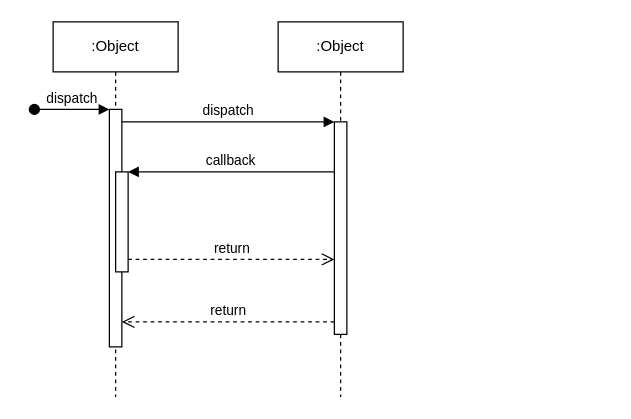
Above: Untitled Diagram.drawio in KaluBekalu/JScript (draw.io), before the change. Source tidied: cells renumbered, new cells numbered last; positions are measured from the earlier drawing's top-left corner, leaving out a move shared by most shapes. Both pictures are drawn from the tidied source at 125%, with x=0, y=0 at pixel (34, 21).
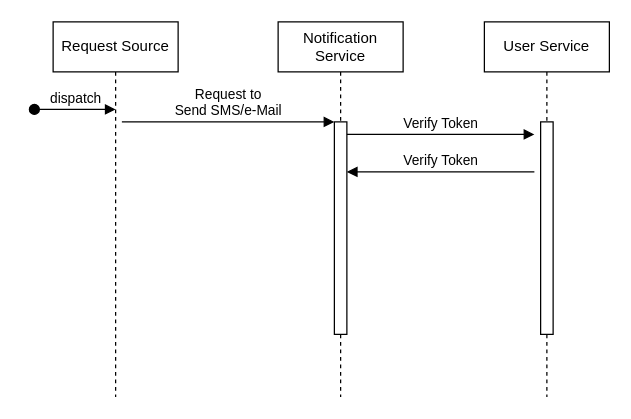
After the change.

Diff of the diagram source:
```diff
@@
 <mxGraphModel>
   <root>
     <mxCell id="0" />
     <mxCell id="1" parent="0" />
-    <mxCell id="2" value=":Object" style="shape=umlLifeline;perimeter=lifelinePerimeter;whiteSpace=wrap;html=1;newEdgeStyle={&quot;edgeStyle&quot;:&quot;elbowEdgeStyle&quot;,&quot;elbow&quot;:&quot;vertical&quot;,&quot;curved&quot;:0,&quot;rounded&quot;:0};" parent="1" vertex="1">
+    <mxCell id="2" value="Request Source" style="shape=umlLifeline;perimeter=lifelinePerimeter;whiteSpace=wrap;html=1;newEdgeStyle={&quot;edgeStyle&quot;:&quot;elbowEdgeStyle&quot;,&quot;elbow&quot;:&quot;vertical&quot;,&quot;curved&quot;:0,&quot;rounded&quot;:0};" parent="1" vertex="1">
       <mxGeometry x="15" width="100" height="300" as="geometry" />
     </mxCell>
-    <mxCell id="3" style="html=1;points=[];perimeter=orthogonalPerimeter;outlineConnect=0;targetShapes=umlLifeline;portConstraint=eastwest;newEdgeStyle={&quot;edgeStyle&quot;:&quot;elbowEdgeStyle&quot;,&quot;elbow&quot;:&quot;vertical&quot;,&quot;curved&quot;:0,&quot;rounded&quot;:0};" parent="2" vertex="1">
-      <mxGeometry x="45" y="70" width="10" height="190" as="geometry" />
-    </mxCell>
-    <mxCell id="4" value="dispatch" style="html=1;verticalAlign=bottom;startArrow=oval;endArrow=block;startSize=8;edgeStyle=elbowEdgeStyle;elbow=vertical;curved=0;rounded=0;" parent="2" edge="1" target="3">
+    <mxCell id="4" value="dispatch" style="html=1;verticalAlign=bottom;startArrow=oval;endArrow=block;startSize=8;edgeStyle=elbowEdgeStyle;elbow=vertical;curved=0;rounded=0;" parent="2" edge="1">
       <mxGeometry relative="1" as="geometry">
         <mxPoint x="-15" y="70" as="sourcePoint" />
+        <mxPoint x="50" y="70" as="targetPoint" />
       </mxGeometry>
     </mxCell>
-    <mxCell id="5" style="html=1;points=[];perimeter=orthogonalPerimeter;outlineConnect=0;targetShapes=umlLifeline;portConstraint=eastwest;newEdgeStyle={&quot;edgeStyle&quot;:&quot;elbowEdgeStyle&quot;,&quot;elbow&quot;:&quot;vertical&quot;,&quot;curved&quot;:0,&quot;rounded&quot;:0};" parent="2" vertex="1">
-      <mxGeometry x="50" y="120" width="10" height="80" as="geometry" />
-    </mxCell>
-    <mxCell id="6" value=":Object" style="shape=umlLifeline;perimeter=lifelinePerimeter;whiteSpace=wrap;html=1;newEdgeStyle={&quot;edgeStyle&quot;:&quot;elbowEdgeStyle&quot;,&quot;elbow&quot;:&quot;vertical&quot;,&quot;curved&quot;:0,&quot;rounded&quot;:0};" parent="1" vertex="1">
+    <mxCell id="6" value="Notification Service" style="shape=umlLifeline;perimeter=lifelinePerimeter;whiteSpace=wrap;html=1;newEdgeStyle={&quot;edgeStyle&quot;:&quot;elbowEdgeStyle&quot;,&quot;elbow&quot;:&quot;vertical&quot;,&quot;curved&quot;:0,&quot;rounded&quot;:0};" parent="1" vertex="1">
       <mxGeometry x="195" width="100" height="300" as="geometry" />
     </mxCell>
     <mxCell id="7" style="html=1;points=[];perimeter=orthogonalPerimeter;outlineConnect=0;targetShapes=umlLifeline;portConstraint=eastwest;newEdgeStyle={&quot;edgeStyle&quot;:&quot;elbowEdgeStyle&quot;,&quot;elbow&quot;:&quot;vertical&quot;,&quot;curved&quot;:0,&quot;rounded&quot;:0};" parent="6" vertex="1">
       <mxGeometry x="45" y="80" width="10" height="170" as="geometry" />
     </mxCell>
-    <mxCell id="8" value="dispatch" style="html=1;verticalAlign=bottom;endArrow=block;edgeStyle=elbowEdgeStyle;elbow=vertical;curved=0;rounded=0;" parent="1" edge="1" source="3" target="7">
+    <mxCell id="8" value="Request to &lt;br&gt;Send SMS/e-Mail" style="html=1;verticalAlign=bottom;endArrow=block;edgeStyle=elbowEdgeStyle;elbow=vertical;curved=0;rounded=0;" parent="1" edge="1" target="7">
       <mxGeometry relative="1" as="geometry">
+        <mxPoint x="70" y="80" as="sourcePoint" />
         <Array as="points">
           <mxPoint x="155" y="80" />
         </Array>
       </mxGeometry>
     </mxCell>
-    <mxCell id="9" value="return" style="html=1;verticalAlign=bottom;endArrow=open;dashed=1;endSize=8;edgeStyle=elbowEdgeStyle;elbow=vertical;curved=0;rounded=0;" parent="1" edge="1" source="7" target="3">
-      <mxGeometry relative="1" as="geometry">
-        <Array as="points">
-          <mxPoint x="165" y="240" />
-        </Array>
-      </mxGeometry>
-    </mxCell>
-    <mxCell id="10" value="callback" style="html=1;verticalAlign=bottom;endArrow=block;edgeStyle=elbowEdgeStyle;elbow=vertical;curved=0;rounded=0;" parent="1" edge="1" source="7" target="5">
-      <mxGeometry relative="1" as="geometry">
-        <Array as="points">
-          <mxPoint x="165" y="120" />
-        </Array>
-      </mxGeometry>
-    </mxCell>
-    <mxCell id="11" value="return" style="html=1;verticalAlign=bottom;endArrow=open;dashed=1;endSize=8;edgeStyle=elbowEdgeStyle;elbow=vertical;curved=0;rounded=0;" parent="1" edge="1" source="5" target="7">
-      <mxGeometry relative="1" as="geometry">
-        <Array as="points">
-          <mxPoint x="155" y="190" />
-        </Array>
-      </mxGeometry>
-    </mxCell>
+    <mxCell id="12" value="User Service" style="shape=umlLifeline;perimeter=lifelinePerimeter;whiteSpace=wrap;html=1;newEdgeStyle={&quot;edgeStyle&quot;:&quot;elbowEdgeStyle&quot;,&quot;elbow&quot;:&quot;vertical&quot;,&quot;curved&quot;:0,&quot;rounded&quot;:0};" parent="1" vertex="1">
+      <mxGeometry x="360" width="100" height="300" as="geometry" />
+    </mxCell>
+    <mxCell id="13" style="html=1;perimeter=orthogonalPerimeter;targetShapes=umlLifeline;newEdgeStyle={&quot;edgeStyle&quot;:&quot;elbowEdgeStyle&quot;,&quot;elbow&quot;:&quot;vertical&quot;,&quot;curved&quot;:0,&quot;rounded&quot;:0};" parent="12" vertex="1">
+      <mxGeometry x="45" y="80" width="10" height="170" as="geometry" />
+    </mxCell>
+    <mxCell id="14" value="Verify Token" style="html=1;verticalAlign=bottom;endArrow=block;edgeStyle=elbowEdgeStyle;elbow=vertical;curved=0;rounded=0;" parent="1" edge="1">
+      <mxGeometry relative="1" as="geometry">
+        <mxPoint x="250" y="90" as="sourcePoint" />
+        <mxPoint x="400" y="90" as="targetPoint" />
+        <Array as="points">
+          <mxPoint x="335" y="90" />
+        </Array>
+      </mxGeometry>
+    </mxCell>
+    <mxCell id="15" value="Verify Token" style="html=1;verticalAlign=bottom;endArrow=block;edgeStyle=elbowEdgeStyle;elbow=vertical;curved=0;rounded=0;" parent="1" edge="1">
+      <mxGeometry relative="1" as="geometry">
+        <mxPoint x="400" y="120" as="sourcePoint" />
+        <mxPoint x="250" y="120" as="targetPoint" />
+        <Array as="points">
+          <mxPoint x="335" y="120" />
+        </Array>
+      </mxGeometry>
+    </mxCell>
   </root>
 </mxGraphModel>
```
